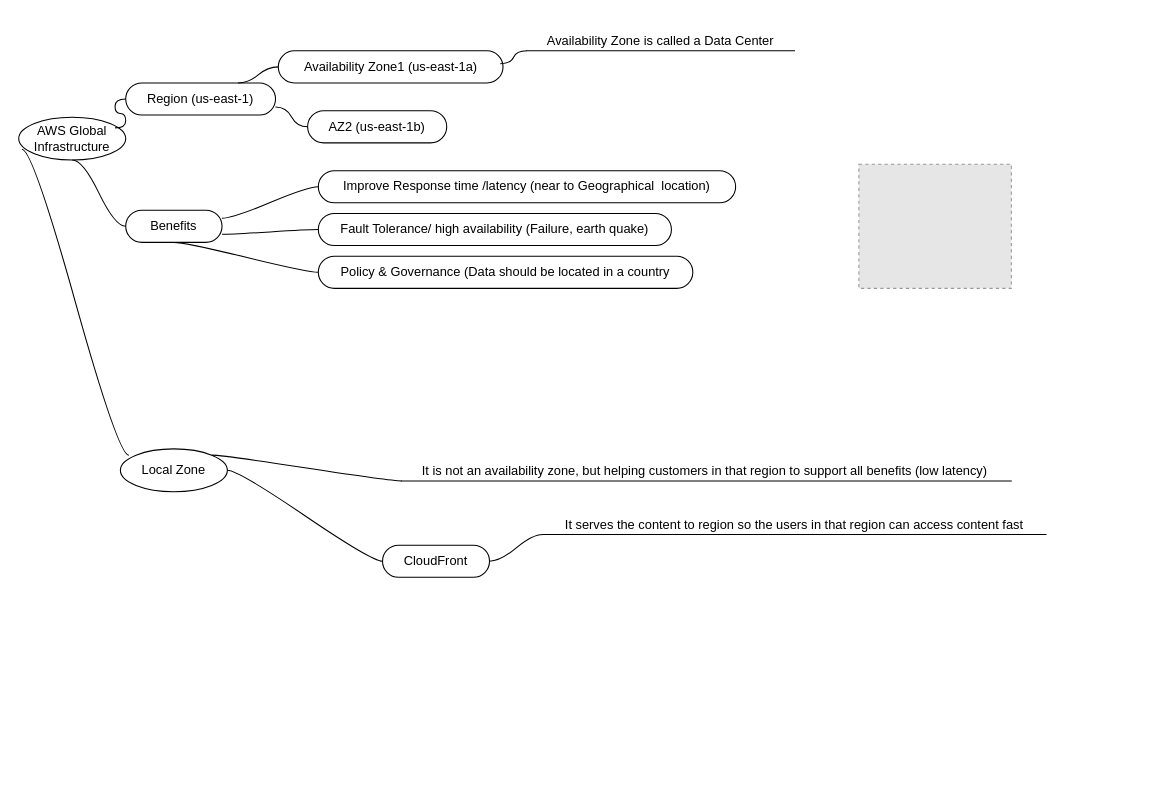
The draw.io diagram AWS Global Infrastructure.drawio in pankeshpatel/agentic-system-patternss, before the edit. Source tidied: cells renumbered, new cells numbered last; positions are measured from the earlier drawing's top-left corner, leaving out a move shared by most shapes. Both pictures are drawn from the tidied source at 107%, with x=0, y=0 at pixel (18, 18). Pictures stored in the file or linked from it are replaced by grey dashed boxes.
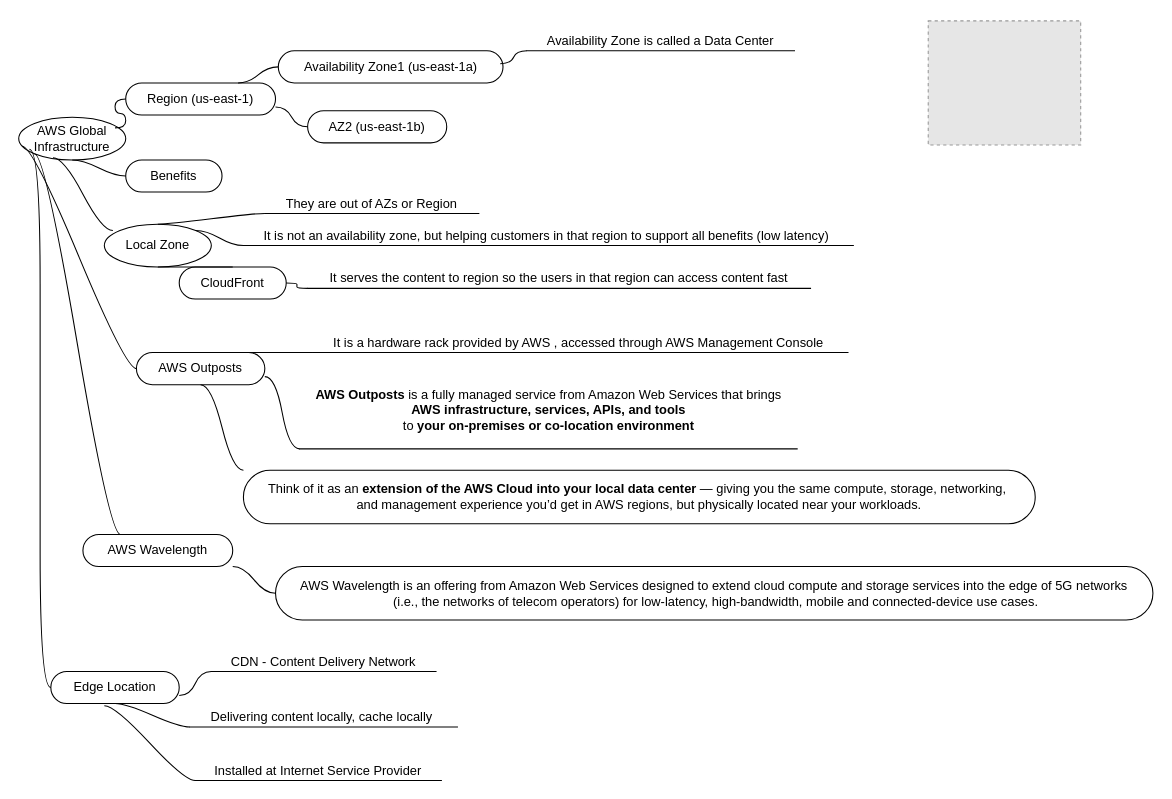
After the change.

Unchanged cells that the change refers to:
```xml
<mxCell id="2" value="AWS Global Infrastructure" style="ellipse;whiteSpace=wrap;html=1;align=center;newEdgeStyle={&quot;edgeStyle&quot;:&quot;entityRelationEdgeStyle&quot;,&quot;startArrow&quot;:&quot;none&quot;,&quot;endArrow&quot;:&quot;none&quot;,&quot;segment&quot;:10,&quot;curved&quot;:1,&quot;sourcePerimeterSpacing&quot;:0,&quot;targetPerimeterSpacing&quot;:0};" parent="1" vertex="1">
  <mxGeometry y="92" width="100" height="40" as="geometry" />
</mxCell>
```

Diff of the diagram source:
```diff
@@
     <mxCell id="5" style="fillColor=#E6E6E6;strokeColor=#999999;dashed=1;verticalLabelPosition=bottom;labelBackgroundColor=default;verticalAlign=top;" parent="1" vertex="1">
-      <mxGeometry x="785.2" y="136" width="142.5" height="116" as="geometry" />
+      <mxGeometry x="850" y="2" width="142.5" height="116" as="geometry" />
     </mxCell>
-    <mxCell id="6" value="Availability Zone1 (us-east-1a)" style="whiteSpace=wrap;html=1;rounded=1;arcSize=50;align=center;verticalAlign=middle;strokeWidth=1;spacing=4;newEdgeStyle={&quot;edgeStyle&quot;:&quot;entityRelationEdgeStyle&quot;,&quot;startArrow&quot;:&quot;none&quot;,&quot;endArrow&quot;:&quot;none&quot;,&quot;segment&quot;:10,&quot;curved&quot;:1,&quot;sourcePerimeterSpacing&quot;:0,&quot;targetPerimeterSpacing&quot;:0};" parent="1" vertex="1">
+    <mxCell id="6" value="Availability Zone1 (us-east-1a)" style="whiteSpace=wrap;html=1;rounded=1;arcSize=50;align=center;verticalAlign=middle;strokeWidth=1;spacing=4;newEdgeStyle={&quot;edgeStyle&quot;:&quot;entityRelationEdgeStyle&quot;,&quot;startArrow&quot;:&quot;none&quot;,&quot;endArrow&quot;:&quot;none&quot;,&quot;segment&quot;:10,&quot;curved&quot;:1,&quot;sourcePerimeterSpacing&quot;:0,&quot;targetPerimeterSpacing&quot;:0};" parent="1" vertex="1" collapsed="1">
       <mxGeometry x="242.6" y="30" width="210" height="30" as="geometry" />
     </mxCell>
@@
-    <mxCell id="10" value="Improve Response time /latency (near to Geographical&amp;nbsp; location)" style="whiteSpace=wrap;html=1;rounded=1;arcSize=50;align=center;verticalAlign=middle;strokeWidth=1;spacing=4;newEdgeStyle={&quot;edgeStyle&quot;:&quot;entityRelationEdgeStyle&quot;,&quot;startArrow&quot;:&quot;none&quot;,&quot;endArrow&quot;:&quot;none&quot;,&quot;segment&quot;:10,&quot;curved&quot;:1,&quot;sourcePerimeterSpacing&quot;:0,&quot;targetPerimeterSpacing&quot;:0};" parent="1" vertex="1">
-      <mxGeometry x="280" y="142" width="390" height="30" as="geometry" />
-    </mxCell>
-    <mxCell id="11" style="edgeStyle=entityRelationEdgeStyle;startArrow=none;endArrow=none;segment=10;curved=1;sourcePerimeterSpacing=0;targetPerimeterSpacing=0;rounded=0;exitX=1;exitY=0.25;exitDx=0;exitDy=0;" parent="1" edge="1" source="26" target="10">
-      <mxGeometry relative="1" as="geometry" />
-    </mxCell>
-    <mxCell id="12" value="Policy &amp;amp; Governance (Data should be located in a country" style="whiteSpace=wrap;html=1;rounded=1;arcSize=50;align=center;verticalAlign=middle;strokeWidth=1;spacing=4;newEdgeStyle={&quot;edgeStyle&quot;:&quot;entityRelationEdgeStyle&quot;,&quot;startArrow&quot;:&quot;none&quot;,&quot;endArrow&quot;:&quot;none&quot;,&quot;segment&quot;:10,&quot;curved&quot;:1,&quot;sourcePerimeterSpacing&quot;:0,&quot;targetPerimeterSpacing&quot;:0};" parent="1" vertex="1">
-      <mxGeometry x="280" y="222" width="350" height="30" as="geometry" />
-    </mxCell>
-    <mxCell id="13" style="edgeStyle=entityRelationEdgeStyle;startArrow=none;endArrow=none;segment=10;curved=1;sourcePerimeterSpacing=0;targetPerimeterSpacing=0;rounded=0;exitX=0.5;exitY=1;exitDx=0;exitDy=0;" parent="1" edge="1" source="26" target="12">
-      <mxGeometry relative="1" as="geometry" />
-    </mxCell>
-    <mxCell id="14" value="Fault Tolerance/ high availability (Failure, earth quake)" style="whiteSpace=wrap;html=1;rounded=1;arcSize=50;align=center;verticalAlign=middle;strokeWidth=1;spacing=4;newEdgeStyle={&quot;edgeStyle&quot;:&quot;entityRelationEdgeStyle&quot;,&quot;startArrow&quot;:&quot;none&quot;,&quot;endArrow&quot;:&quot;none&quot;,&quot;segment&quot;:10,&quot;curved&quot;:1,&quot;sourcePerimeterSpacing&quot;:0,&quot;targetPerimeterSpacing&quot;:0};" parent="1" vertex="1">
-      <mxGeometry x="280" y="182" width="330" height="30" as="geometry" />
-    </mxCell>
-    <mxCell id="15" style="edgeStyle=entityRelationEdgeStyle;startArrow=none;endArrow=none;segment=10;curved=1;sourcePerimeterSpacing=0;targetPerimeterSpacing=0;rounded=0;exitX=1;exitY=0.75;exitDx=0;exitDy=0;" parent="1" edge="1" source="26" target="14">
-      <mxGeometry relative="1" as="geometry" />
-    </mxCell>
-    <mxCell id="16" value="Availability Zone is called a Data Center" style="whiteSpace=wrap;html=1;shape=partialRectangle;top=0;left=0;bottom=1;right=0;points=[[0,1],[1,1]];fillColor=none;align=center;verticalAlign=bottom;routingCenterY=0.5;snapToPoint=1;newEdgeStyle={&quot;edgeStyle&quot;:&quot;entityRelationEdgeStyle&quot;,&quot;startArrow&quot;:&quot;none&quot;,&quot;endArrow&quot;:&quot;none&quot;,&quot;segment&quot;:10,&quot;curved&quot;:1,&quot;sourcePerimeterSpacing&quot;:0,&quot;targetPerimeterSpacing&quot;:0};" parent="1" vertex="1">
+    <mxCell id="16" value="Availability Zone is called a Data Center" style="whiteSpace=wrap;html=1;shape=partialRectangle;top=0;left=0;bottom=1;right=0;points=[[0,1],[1,1]];fillColor=none;align=center;verticalAlign=bottom;routingCenterY=0.5;snapToPoint=1;newEdgeStyle={&quot;edgeStyle&quot;:&quot;entityRelationEdgeStyle&quot;,&quot;startArrow&quot;:&quot;none&quot;,&quot;endArrow&quot;:&quot;none&quot;,&quot;segment&quot;:10,&quot;curved&quot;:1,&quot;sourcePerimeterSpacing&quot;:0,&quot;targetPerimeterSpacing&quot;:0};" parent="1" vertex="1" collapsed="1">
       <mxGeometry x="475" width="250" height="30" as="geometry" />
     </mxCell>
@@
     <mxCell id="18" value="Local Zone" style="ellipse;whiteSpace=wrap;html=1;align=center;newEdgeStyle={&quot;edgeStyle&quot;:&quot;entityRelationEdgeStyle&quot;,&quot;startArrow&quot;:&quot;none&quot;,&quot;endArrow&quot;:&quot;none&quot;,&quot;segment&quot;:10,&quot;curved&quot;:1,&quot;sourcePerimeterSpacing&quot;:0,&quot;targetPerimeterSpacing&quot;:0};" parent="1" vertex="1">
-      <mxGeometry x="95" y="402" width="100" height="40" as="geometry" />
+      <mxGeometry x="80" y="192" width="100" height="40" as="geometry" />
     </mxCell>
-    <mxCell id="19" value="It is not an availability zone, but helping customers in that region to support all benefits (low latency)&amp;nbsp;" style="whiteSpace=wrap;html=1;shape=partialRectangle;top=0;left=0;bottom=1;right=0;points=[[0,1],[1,1]];fillColor=none;align=center;verticalAlign=bottom;routingCenterY=0.5;snapToPoint=1;newEdgeStyle={&quot;edgeStyle&quot;:&quot;entityRelationEdgeStyle&quot;,&quot;startArrow&quot;:&quot;none&quot;,&quot;endArrow&quot;:&quot;none&quot;,&quot;segment&quot;:10,&quot;curved&quot;:1,&quot;sourcePerimeterSpacing&quot;:0,&quot;targetPerimeterSpacing&quot;:0};" parent="1" vertex="1">
-      <mxGeometry x="357.6" y="402" width="570" height="30" as="geometry" />
+    <mxCell id="19" value="It is not an availability zone, but helping customers in that region to support all benefits (low latency)&amp;nbsp;" style="whiteSpace=wrap;html=1;shape=partialRectangle;top=0;left=0;bottom=1;right=0;points=[[0,1],[1,1]];fillColor=none;align=center;verticalAlign=bottom;routingCenterY=0.5;snapToPoint=1;newEdgeStyle={&quot;edgeStyle&quot;:&quot;entityRelationEdgeStyle&quot;,&quot;startArrow&quot;:&quot;none&quot;,&quot;endArrow&quot;:&quot;none&quot;,&quot;segment&quot;:10,&quot;curved&quot;:1,&quot;sourcePerimeterSpacing&quot;:0,&quot;targetPerimeterSpacing&quot;:0};" parent="1" vertex="1" collapsed="1">
+      <mxGeometry x="210" y="182" width="570" height="30" as="geometry" />
     </mxCell>
@@
     <mxCell id="21" value="CloudFront" style="whiteSpace=wrap;html=1;rounded=1;arcSize=50;align=center;verticalAlign=middle;strokeWidth=1;spacing=4;newEdgeStyle={&quot;edgeStyle&quot;:&quot;entityRelationEdgeStyle&quot;,&quot;startArrow&quot;:&quot;none&quot;,&quot;endArrow&quot;:&quot;none&quot;,&quot;segment&quot;:10,&quot;curved&quot;:1,&quot;sourcePerimeterSpacing&quot;:0,&quot;targetPerimeterSpacing&quot;:0};" parent="1" vertex="1">
-      <mxGeometry x="340" y="492" width="100" height="30" as="geometry" />
+      <mxGeometry x="150" y="232" width="100" height="30" as="geometry" />
     </mxCell>
-    <mxCell id="22" style="edgeStyle=entityRelationEdgeStyle;startArrow=none;endArrow=none;segment=10;curved=1;sourcePerimeterSpacing=0;targetPerimeterSpacing=0;rounded=0;exitX=1;exitY=0.5;exitDx=0;exitDy=0;" parent="1" edge="1" source="18" target="21">
+    <mxCell id="22" style="edgeStyle=entityRelationEdgeStyle;startArrow=none;endArrow=none;segment=10;curved=1;sourcePerimeterSpacing=0;targetPerimeterSpacing=0;rounded=0;exitX=0.5;exitY=1;exitDx=0;exitDy=0;entryX=0.5;entryY=0;entryDx=0;entryDy=0;" parent="1" edge="1" source="18" target="21">
       <mxGeometry relative="1" as="geometry" />
     </mxCell>
-    <mxCell id="23" value="It serves the content to region so the users in that region can access content fast" style="whiteSpace=wrap;html=1;shape=partialRectangle;top=0;left=0;bottom=1;right=0;points=[[0,1],[1,1]];fillColor=none;align=center;verticalAlign=bottom;routingCenterY=0.5;snapToPoint=1;newEdgeStyle={&quot;edgeStyle&quot;:&quot;entityRelationEdgeStyle&quot;,&quot;startArrow&quot;:&quot;none&quot;,&quot;endArrow&quot;:&quot;none&quot;,&quot;segment&quot;:10,&quot;curved&quot;:1,&quot;sourcePerimeterSpacing&quot;:0,&quot;targetPerimeterSpacing&quot;:0};" parent="1" vertex="1">
-      <mxGeometry x="490" y="452" width="470" height="30" as="geometry" />
+    <mxCell id="23" value="It serves the content to region so the users in that region can access content fast" style="whiteSpace=wrap;html=1;shape=partialRectangle;top=0;left=0;bottom=1;right=0;points=[[0,1],[1,1]];fillColor=none;align=center;verticalAlign=bottom;routingCenterY=0.5;snapToPoint=1;newEdgeStyle={&quot;edgeStyle&quot;:&quot;entityRelationEdgeStyle&quot;,&quot;startArrow&quot;:&quot;none&quot;,&quot;endArrow&quot;:&quot;none&quot;,&quot;segment&quot;:10,&quot;curved&quot;:1,&quot;sourcePerimeterSpacing&quot;:0,&quot;targetPerimeterSpacing&quot;:0};" parent="1" vertex="1" collapsed="1">
+      <mxGeometry x="270" y="222" width="470" height="30" as="geometry" />
     </mxCell>
@@
-    <mxCell id="25" style="edgeStyle=entityRelationEdgeStyle;startArrow=none;endArrow=none;segment=10;curved=1;sourcePerimeterSpacing=0;targetPerimeterSpacing=0;rounded=0;exitX=0.03;exitY=0.75;exitDx=0;exitDy=0;exitPerimeter=0;entryX=0.08;entryY=0.15;entryDx=0;entryDy=0;entryPerimeter=0;" parent="1" edge="1" source="2" target="18">
+    <mxCell id="25" style="edgeStyle=entityRelationEdgeStyle;startArrow=none;endArrow=none;segment=10;curved=1;sourcePerimeterSpacing=0;targetPerimeterSpacing=0;rounded=0;exitX=0.32;exitY=0.95;exitDx=0;exitDy=0;exitPerimeter=0;entryX=0.08;entryY=0.15;entryDx=0;entryDy=0;entryPerimeter=0;" parent="1" edge="1" source="2" target="18">
       <mxGeometry relative="1" as="geometry" />
     </mxCell>
-    <mxCell id="26" value="Benefits" style="whiteSpace=wrap;html=1;rounded=1;arcSize=50;align=center;verticalAlign=middle;strokeWidth=1;spacing=4;newEdgeStyle={&quot;edgeStyle&quot;:&quot;entityRelationEdgeStyle&quot;,&quot;startArrow&quot;:&quot;none&quot;,&quot;endArrow&quot;:&quot;none&quot;,&quot;segment&quot;:10,&quot;curved&quot;:1,&quot;sourcePerimeterSpacing&quot;:0,&quot;targetPerimeterSpacing&quot;:0};" parent="1" vertex="1">
-      <mxGeometry x="100" y="179" width="90" height="30" as="geometry" />
+    <mxCell id="26" value="Benefits" style="whiteSpace=wrap;html=1;rounded=1;arcSize=50;align=center;verticalAlign=middle;strokeWidth=1;spacing=4;newEdgeStyle={&quot;edgeStyle&quot;:&quot;entityRelationEdgeStyle&quot;,&quot;startArrow&quot;:&quot;none&quot;,&quot;endArrow&quot;:&quot;none&quot;,&quot;segment&quot;:10,&quot;curved&quot;:1,&quot;sourcePerimeterSpacing&quot;:0,&quot;targetPerimeterSpacing&quot;:0};" parent="1" vertex="1" collapsed="1">
+      <mxGeometry x="100" y="132" width="90" height="30" as="geometry" />
     </mxCell>
@@
+    <mxCell id="28" value="They are out of AZs or Region" style="whiteSpace=wrap;html=1;shape=partialRectangle;top=0;left=0;bottom=1;right=0;points=[[0,1],[1,1]];fillColor=none;align=center;verticalAlign=bottom;routingCenterY=0.5;snapToPoint=1;newEdgeStyle={&quot;edgeStyle&quot;:&quot;entityRelationEdgeStyle&quot;,&quot;startArrow&quot;:&quot;none&quot;,&quot;endArrow&quot;:&quot;none&quot;,&quot;segment&quot;:10,&quot;curved&quot;:1,&quot;sourcePerimeterSpacing&quot;:0,&quot;targetPerimeterSpacing&quot;:0};" parent="1" vertex="1" collapsed="1">
+      <mxGeometry x="230" y="152" width="200" height="30" as="geometry" />
+    </mxCell>
+    <mxCell id="29" style="edgeStyle=entityRelationEdgeStyle;startArrow=none;endArrow=none;segment=10;curved=1;sourcePerimeterSpacing=0;targetPerimeterSpacing=0;rounded=0;exitX=0.5;exitY=0;exitDx=0;exitDy=0;" parent="1" edge="1" source="18" target="28">
+      <mxGeometry relative="1" as="geometry" />
+    </mxCell>
+    <mxCell id="30" value="AWS Outposts" style="whiteSpace=wrap;html=1;rounded=1;arcSize=50;align=center;verticalAlign=middle;strokeWidth=1;spacing=4;newEdgeStyle={&quot;edgeStyle&quot;:&quot;entityRelationEdgeStyle&quot;,&quot;startArrow&quot;:&quot;none&quot;,&quot;endArrow&quot;:&quot;none&quot;,&quot;segment&quot;:10,&quot;curved&quot;:1,&quot;sourcePerimeterSpacing&quot;:0,&quot;targetPerimeterSpacing&quot;:0};" parent="1" vertex="1">
+      <mxGeometry x="110" y="312" width="120" height="30" as="geometry" />
+    </mxCell>
+    <mxCell id="31" style="edgeStyle=entityRelationEdgeStyle;startArrow=none;endArrow=none;segment=10;curved=1;sourcePerimeterSpacing=0;targetPerimeterSpacing=0;rounded=0;exitX=0.03;exitY=0.675;exitDx=0;exitDy=0;exitPerimeter=0;" parent="1" edge="1" source="2" target="30">
+      <mxGeometry relative="1" as="geometry" />
+    </mxCell>
+    <mxCell id="32" value="It is a hardware rack provided by AWS , accessed through AWS Management Console&amp;nbsp;" style="whiteSpace=wrap;html=1;shape=partialRectangle;top=0;left=0;bottom=1;right=0;points=[[0,1],[1,1]];fillColor=none;align=center;verticalAlign=bottom;routingCenterY=0.5;snapToPoint=1;newEdgeStyle={&quot;edgeStyle&quot;:&quot;entityRelationEdgeStyle&quot;,&quot;startArrow&quot;:&quot;none&quot;,&quot;endArrow&quot;:&quot;none&quot;,&quot;segment&quot;:10,&quot;curved&quot;:1,&quot;sourcePerimeterSpacing&quot;:0,&quot;targetPerimeterSpacing&quot;:0};" parent="1" vertex="1">
+      <mxGeometry x="275" y="282" width="500" height="30" as="geometry" />
+    </mxCell>
+    <mxCell id="33" style="edgeStyle=entityRelationEdgeStyle;startArrow=none;endArrow=none;segment=10;curved=1;sourcePerimeterSpacing=0;targetPerimeterSpacing=0;rounded=0;exitX=0.75;exitY=0;exitDx=0;exitDy=0;" parent="1" edge="1" source="30" target="32">
+      <mxGeometry relative="1" as="geometry" />
+    </mxCell>
+    <mxCell id="34" value="AWS Wavelength" style="whiteSpace=wrap;html=1;rounded=1;arcSize=50;align=center;verticalAlign=middle;strokeWidth=1;spacing=4;newEdgeStyle={&quot;edgeStyle&quot;:&quot;entityRelationEdgeStyle&quot;,&quot;startArrow&quot;:&quot;none&quot;,&quot;endArrow&quot;:&quot;none&quot;,&quot;segment&quot;:10,&quot;curved&quot;:1,&quot;sourcePerimeterSpacing&quot;:0,&quot;targetPerimeterSpacing&quot;:0};" parent="1" vertex="1">
+      <mxGeometry x="60" y="482" width="140" height="30" as="geometry" />
+    </mxCell>
+    <mxCell id="35" style="edgeStyle=entityRelationEdgeStyle;rounded=0;jettySize=auto;html=1;startArrow=none;endArrow=none;segment=10;curved=1;sourcePerimeterSpacing=0;targetPerimeterSpacing=0;exitX=0;exitY=1;exitDx=0;exitDy=0;entryX=1;entryY=0.75;entryDx=0;entryDy=0;" parent="1" edge="1" source="36" target="30">
+      <mxGeometry relative="1" as="geometry" />
+    </mxCell>
+    <mxCell id="36" value="&lt;p&gt;&lt;strong&gt;AWS Outposts&lt;/strong&gt; is a fully managed service from Amazon Web Services that brings &lt;strong&gt;AWS infrastructure, services, APIs, and tools&lt;/strong&gt; &lt;br&gt;to &lt;strong&gt;your on-premises or co-location environment&lt;/strong&gt;&lt;/p&gt;&lt;p&gt;&lt;/p&gt;" style="whiteSpace=wrap;html=1;shape=partialRectangle;top=0;left=0;bottom=1;right=0;points=[[0,1],[1,1]];fillColor=none;align=center;verticalAlign=bottom;routingCenterY=0.5;snapToPoint=1;newEdgeStyle={&quot;edgeStyle&quot;:&quot;entityRelationEdgeStyle&quot;,&quot;startArrow&quot;:&quot;none&quot;,&quot;endArrow&quot;:&quot;none&quot;,&quot;segment&quot;:10,&quot;curved&quot;:1,&quot;sourcePerimeterSpacing&quot;:0,&quot;targetPerimeterSpacing&quot;:0};" parent="1" vertex="1">
+      <mxGeometry x="262.5" y="332" width="465" height="70" as="geometry" />
+    </mxCell>
+    <mxCell id="37" value="Think of it as an &lt;strong&gt;extension of the AWS Cloud into your local data center&lt;/strong&gt; — giving you the same compute, storage, networking,&amp;nbsp;&lt;div&gt;and management experience you’d get in AWS regions, but physically located near your workloads.&lt;/div&gt;" style="whiteSpace=wrap;html=1;rounded=1;arcSize=50;align=center;verticalAlign=middle;strokeWidth=1;spacing=4;newEdgeStyle={&quot;edgeStyle&quot;:&quot;entityRelationEdgeStyle&quot;,&quot;startArrow&quot;:&quot;none&quot;,&quot;endArrow&quot;:&quot;none&quot;,&quot;segment&quot;:10,&quot;curved&quot;:1,&quot;sourcePerimeterSpacing&quot;:0,&quot;targetPerimeterSpacing&quot;:0};" parent="1" vertex="1" collapsed="1">
+      <mxGeometry x="210" y="422" width="740" height="50" as="geometry" />
+    </mxCell>
+    <mxCell id="38" style="edgeStyle=entityRelationEdgeStyle;startArrow=none;endArrow=none;segment=10;curved=1;sourcePerimeterSpacing=0;targetPerimeterSpacing=0;rounded=0;exitX=0.5;exitY=1;exitDx=0;exitDy=0;entryX=0;entryY=0;entryDx=0;entryDy=0;" parent="1" edge="1" source="30" target="37">
+      <mxGeometry relative="1" as="geometry" />
+    </mxCell>
+    <mxCell id="39" value="AWS Wavelength is an offering from Amazon Web Services designed to extend cloud compute and storage services into the edge of 5G networks&lt;div&gt;&amp;nbsp;(i.e., the networks of telecom operators) for low-latency, high-bandwidth, mobile and connected-device use cases.&lt;/div&gt;" style="whiteSpace=wrap;html=1;rounded=1;arcSize=50;align=center;verticalAlign=middle;strokeWidth=1;spacing=4;newEdgeStyle={&quot;edgeStyle&quot;:&quot;entityRelationEdgeStyle&quot;,&quot;startArrow&quot;:&quot;none&quot;,&quot;endArrow&quot;:&quot;none&quot;,&quot;segment&quot;:10,&quot;curved&quot;:1,&quot;sourcePerimeterSpacing&quot;:0,&quot;targetPerimeterSpacing&quot;:0};" parent="1" vertex="1">
+      <mxGeometry x="240" y="512" width="820" height="50" as="geometry" />
+    </mxCell>
+    <mxCell id="40" style="edgeStyle=entityRelationEdgeStyle;startArrow=none;endArrow=none;segment=10;curved=1;sourcePerimeterSpacing=0;targetPerimeterSpacing=0;rounded=0;exitX=1;exitY=1;exitDx=0;exitDy=0;" parent="1" edge="1" source="34" target="39">
+      <mxGeometry relative="1" as="geometry" />
+    </mxCell>
+    <mxCell id="41" style="edgeStyle=entityRelationEdgeStyle;startArrow=none;endArrow=none;segment=10;curved=1;sourcePerimeterSpacing=0;targetPerimeterSpacing=0;rounded=0;exitX=0.25;exitY=0;exitDx=0;exitDy=0;entryX=0;entryY=1;entryDx=0;entryDy=0;" parent="1" edge="1" source="34" target="2">
+      <mxGeometry relative="1" as="geometry" />
+    </mxCell>
+    <mxCell id="42" value="Edge Location" style="whiteSpace=wrap;html=1;rounded=1;arcSize=50;align=center;verticalAlign=middle;strokeWidth=1;spacing=4;newEdgeStyle={&quot;edgeStyle&quot;:&quot;entityRelationEdgeStyle&quot;,&quot;startArrow&quot;:&quot;none&quot;,&quot;endArrow&quot;:&quot;none&quot;,&quot;segment&quot;:10,&quot;curved&quot;:1,&quot;sourcePerimeterSpacing&quot;:0,&quot;targetPerimeterSpacing&quot;:0};" parent="1" vertex="1">
+      <mxGeometry x="30" y="610" width="120" height="30" as="geometry" />
+    </mxCell>
+    <mxCell id="43" style="edgeStyle=entityRelationEdgeStyle;startArrow=none;endArrow=none;segment=10;curved=1;sourcePerimeterSpacing=0;targetPerimeterSpacing=0;rounded=0;" parent="1" edge="1" target="42">
+      <mxGeometry relative="1" as="geometry">
+        <mxPoint x="10" y="122" as="sourcePoint" />
+      </mxGeometry>
+    </mxCell>
+    <mxCell id="44" value="CDN - Content Delivery Network" style="whiteSpace=wrap;html=1;shape=partialRectangle;top=0;left=0;bottom=1;right=0;points=[[0,1],[1,1]];fillColor=none;align=center;verticalAlign=bottom;routingCenterY=0.5;snapToPoint=1;newEdgeStyle={&quot;edgeStyle&quot;:&quot;entityRelationEdgeStyle&quot;,&quot;startArrow&quot;:&quot;none&quot;,&quot;endArrow&quot;:&quot;none&quot;,&quot;segment&quot;:10,&quot;curved&quot;:1,&quot;sourcePerimeterSpacing&quot;:0,&quot;targetPerimeterSpacing&quot;:0};" parent="1" vertex="1">
+      <mxGeometry x="180" y="580" width="210" height="30" as="geometry" />
+    </mxCell>
+    <mxCell id="45" style="edgeStyle=entityRelationEdgeStyle;startArrow=none;endArrow=none;segment=10;curved=1;sourcePerimeterSpacing=0;targetPerimeterSpacing=0;rounded=0;exitX=1;exitY=0.75;exitDx=0;exitDy=0;" parent="1" edge="1" source="42" target="44">
+      <mxGeometry relative="1" as="geometry" />
+    </mxCell>
+    <mxCell id="46" value="Delivering content locally, cache locally&amp;nbsp;" style="whiteSpace=wrap;html=1;shape=partialRectangle;top=0;left=0;bottom=1;right=0;points=[[0,1],[1,1]];fillColor=none;align=center;verticalAlign=bottom;routingCenterY=0.5;snapToPoint=1;newEdgeStyle={&quot;edgeStyle&quot;:&quot;entityRelationEdgeStyle&quot;,&quot;startArrow&quot;:&quot;none&quot;,&quot;endArrow&quot;:&quot;none&quot;,&quot;segment&quot;:10,&quot;curved&quot;:1,&quot;sourcePerimeterSpacing&quot;:0,&quot;targetPerimeterSpacing&quot;:0};" parent="1" vertex="1">
+      <mxGeometry x="160" y="632" width="250" height="30" as="geometry" />
+    </mxCell>
+    <mxCell id="47" style="edgeStyle=entityRelationEdgeStyle;startArrow=none;endArrow=none;segment=10;curved=1;sourcePerimeterSpacing=0;targetPerimeterSpacing=0;rounded=0;exitX=0.5;exitY=1;exitDx=0;exitDy=0;" parent="1" edge="1" source="42" target="46">
+      <mxGeometry relative="1" as="geometry" />
+    </mxCell>
+    <mxCell id="48" value="Installed at Internet Service Provider" style="whiteSpace=wrap;html=1;shape=partialRectangle;top=0;left=0;bottom=1;right=0;points=[[0,1],[1,1]];fillColor=none;align=center;verticalAlign=bottom;routingCenterY=0.5;snapToPoint=1;newEdgeStyle={&quot;edgeStyle&quot;:&quot;entityRelationEdgeStyle&quot;,&quot;startArrow&quot;:&quot;none&quot;,&quot;endArrow&quot;:&quot;none&quot;,&quot;segment&quot;:10,&quot;curved&quot;:1,&quot;sourcePerimeterSpacing&quot;:0,&quot;targetPerimeterSpacing&quot;:0};" parent="1" vertex="1">
+      <mxGeometry x="165" y="682" width="230" height="30" as="geometry" />
+    </mxCell>
+    <mxCell id="49" style="edgeStyle=entityRelationEdgeStyle;startArrow=none;endArrow=none;segment=10;curved=1;sourcePerimeterSpacing=0;targetPerimeterSpacing=0;rounded=0;" parent="1" edge="1" target="48">
+      <mxGeometry relative="1" as="geometry">
+        <mxPoint x="80" y="642" as="sourcePoint" />
+      </mxGeometry>
+    </mxCell>
```
